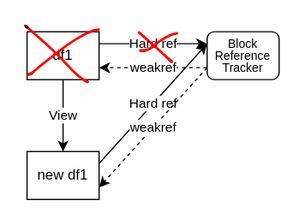
Before: pydata-berlin-2023/img/copy-on-write_reassign.svg, a diagram exported from draw.io (phofl/pydata-berlin). Source tidied: cells renumbered, new cells last; positions are measured from the earlier drawing's top-left corner, leaving out a move shared by most shapes.
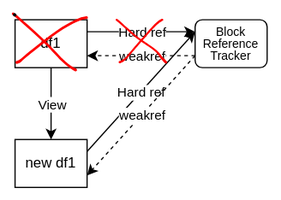
Above is the later version.

Commit message:
Update copy/view slides

Diff of the diagram source:
```diff
@@ -47,14 +47,14 @@
     <mxCell id="16" style="shape=(stored shape, 960 characters);lineShape=1;strokeColor=#FF0000;" parent="1" vertex="1">
       <mxGeometry x="2.8" y="3.6" width="59.3" height="38.7" as="geometry" />
     </mxCell>
-    <mxCell id="17" style="shape=(stored shape, 888 characters);lineShape=1;strokeColor=#FF0000;" parent="1" vertex="1">
-      <mxGeometry x="94.6" y="6" width="28.6" height="25.6" as="geometry" />
-    </mxCell>
-    <mxCell id="18" style="shape=(stored shape, 952 characters);lineShape=1;strokeColor=#FF0000;" parent="1" vertex="1">
-      <mxGeometry x="95.8" y="6.8" width="31.5" height="15.7" as="geometry" />
-    </mxCell>
     <mxCell id="19" style="shape=(stored shape, 640 characters);lineShape=1;" parent="1" vertex="1">
       <mxGeometry x="0.7" y="1" width="1.9" height="1.9" as="geometry" />
     </mxCell>
+    <mxCell id="20" style="shape=(stored shape, 1312 characters);lineShape=1;strokeColor=#FF0000;" parent="1" vertex="1">
+      <mxGeometry x="86.3" y="5.7" width="41.8" height="36.3" as="geometry" />
+    </mxCell>
+    <mxCell id="21" style="shape=(stored shape, 1232 characters);lineShape=1;strokeColor=#FF0000;" parent="1" vertex="1">
+      <mxGeometry x="88.8" y="5.7" width="36.2" height="36.2" as="geometry" />
+    </mxCell>
   </root>
 </mxGraphModel>
```
